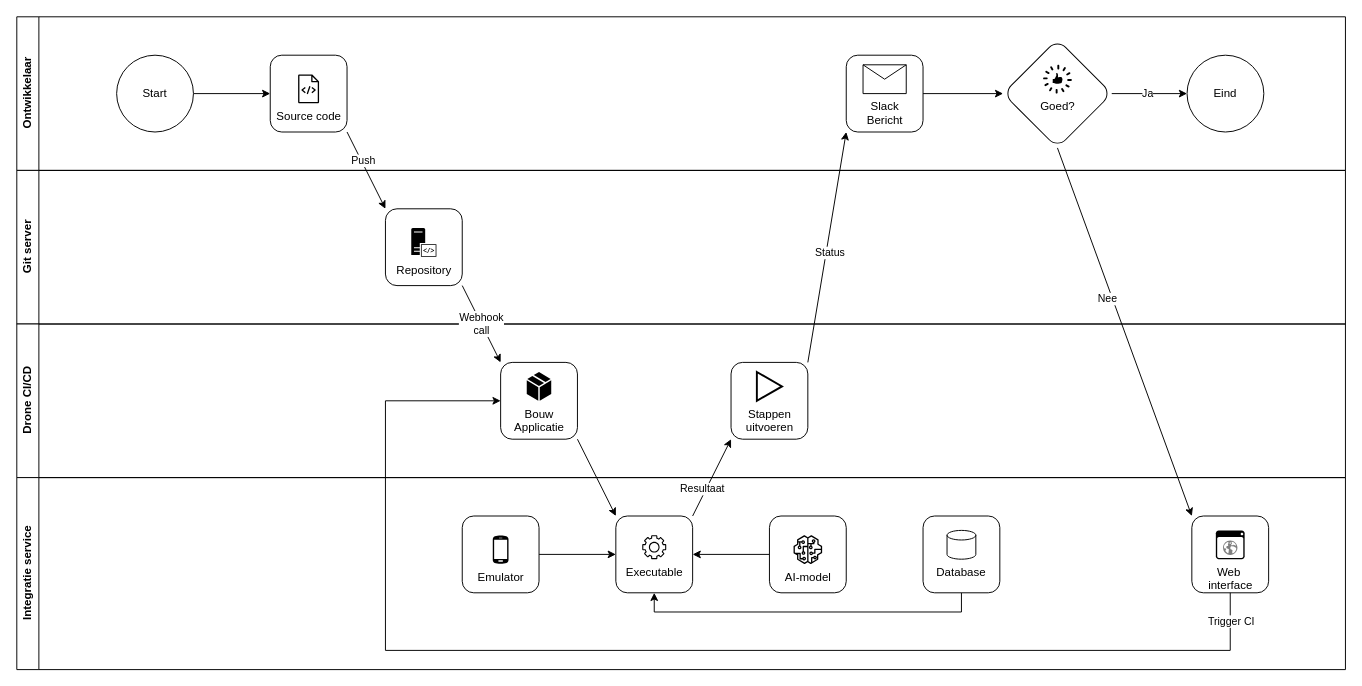
Earlier version of the draw.io diagram page "Integratie service" (13 of 13) of cli app.drawio (luukvankooten/draw.io). Source tidied: cells renumbered, new cells numbered last; positions are measured from the earlier drawing's top-left corner, leaving out a move shared by most shapes. Both pictures are drawn from the tidied source at 96%, with x=0, y=0 at pixel (16, 16).
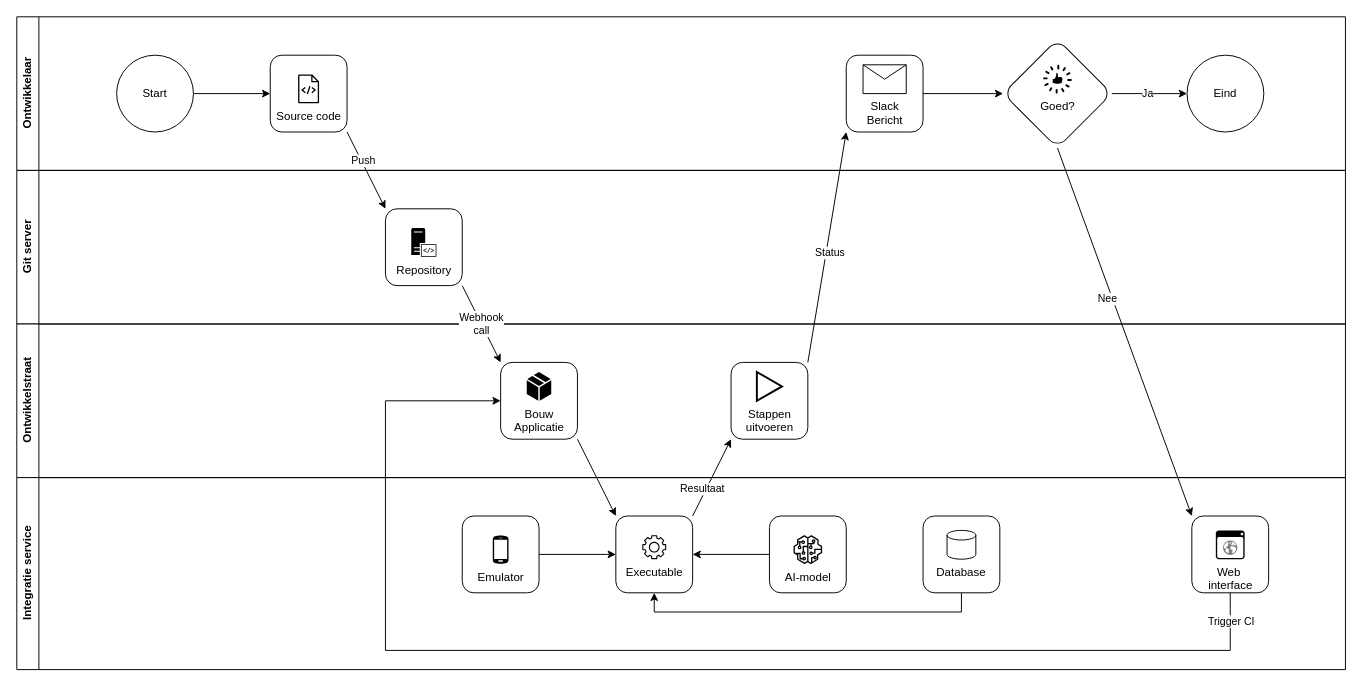
The same diagram, later.

What changed in the source:
```diff
@@
-    <mxCell id="18" value="Drone CI/CD" style="swimlane;horizontal=0;whiteSpace=wrap;html=1;" parent="1" vertex="1">
+    <mxCell id="18" value="&lt;div&gt;Ontwikkelstraat&lt;/div&gt;" style="swimlane;horizontal=0;whiteSpace=wrap;html=1;" parent="1" vertex="1">
       <mxGeometry y="320" width="1384" height="160" as="geometry" />
     </mxCell>
```
